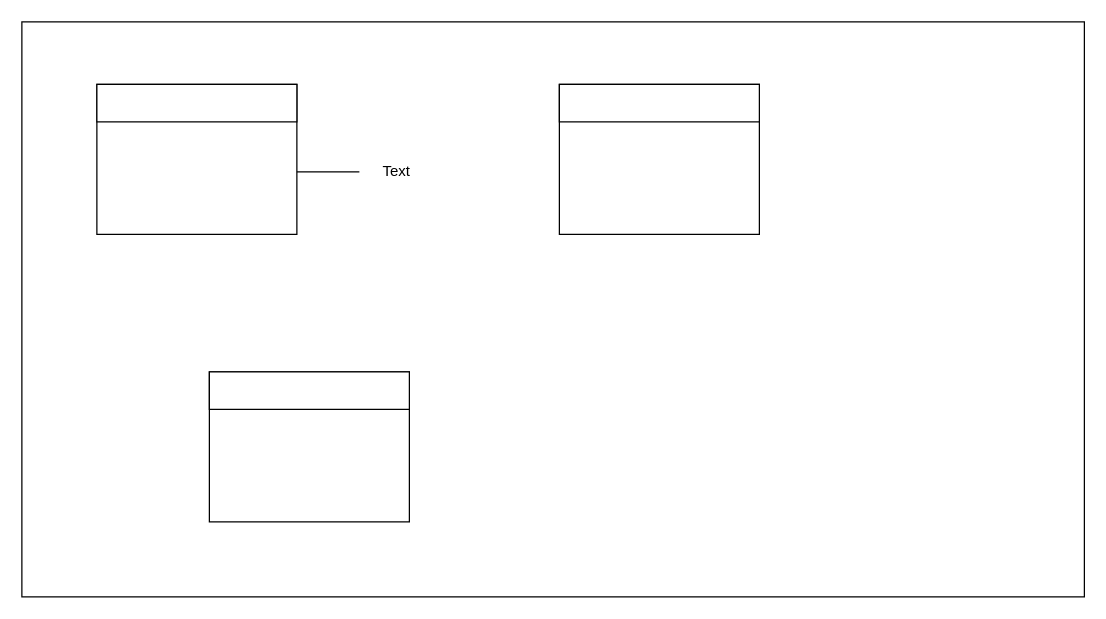
The draw.io diagram diagrams/Untitled Diagram.drawio in tee71639/03_Assessment_TeeAyeQuiz, before the edit. Source tidied: cells renumbered, new cells numbered last; positions are measured from the earlier drawing's top-left corner, leaving out a move shared by most shapes. Both pictures are drawn from the tidied source at 125%, with x=0, y=0 at pixel (21, 21).
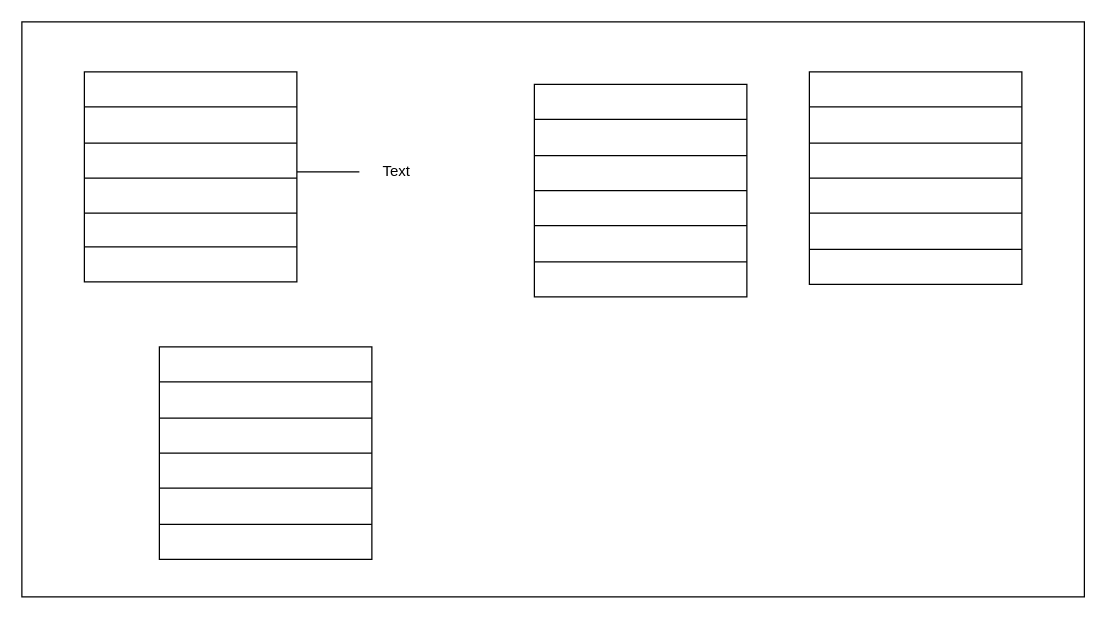
The same diagram, later.

What changed in the source:
```diff
@@
-    <mxCell id="3" style="rounded=0;whiteSpace=wrap;html=1;" parent="1" vertex="1">
-      <mxGeometry x="60" y="50" width="160" height="120" as="geometry" />
-    </mxCell>
-    <mxCell id="4" style="rounded=0;whiteSpace=wrap;html=1;" parent="1" vertex="1">
-      <mxGeometry x="60" y="50" width="160" height="30" as="geometry" />
-    </mxCell>
-    <mxCell id="5" style="rounded=0;whiteSpace=wrap;html=1;" parent="1" vertex="1">
-      <mxGeometry x="430" y="50" width="160" height="120" as="geometry" />
-    </mxCell>
-    <mxCell id="6" style="rounded=0;whiteSpace=wrap;html=1;" parent="1" vertex="1">
-      <mxGeometry x="430" y="50" width="160" height="30" as="geometry" />
-    </mxCell>
-    <mxCell id="7" style="rounded=0;whiteSpace=wrap;html=1;" parent="1" vertex="1">
-      <mxGeometry x="150" y="280" width="160" height="120" as="geometry" />
-    </mxCell>
-    <mxCell id="8" style="rounded=0;whiteSpace=wrap;html=1;" parent="1" vertex="1">
-      <mxGeometry x="150" y="280" width="160" height="30" as="geometry" />
-    </mxCell>
@@
+    <mxCell id="11" style="shape=table;startSize=0;childLayout=tableLayout;" parent="1" vertex="1">
+      <mxGeometry x="50" y="40" width="170" height="168" as="geometry" />
+    </mxCell>
+    <mxCell id="12" style="shape=tableRow;horizontal=0;startSize=0;swimlaneHead=0;swimlaneBody=0;top=0;left=0;bottom=0;right=0;fillColor=none;" parent="11" vertex="1">
+      <mxGeometry width="170" height="28" as="geometry" />
+    </mxCell>
+    <mxCell id="13" style="shape=partialRectangle;html=1;whiteSpace=wrap;overflow=hidden;fillColor=none;top=0;left=0;bottom=0;right=0;" parent="12" vertex="1">
+      <mxGeometry width="170" height="28" as="geometry" />
+    </mxCell>
+    <mxCell id="14" style="shape=tableRow;horizontal=0;startSize=0;swimlaneHead=0;swimlaneBody=0;top=0;left=0;bottom=0;right=0;fillColor=none;" parent="11" vertex="1">
+      <mxGeometry y="28" width="170" height="29" as="geometry" />
+    </mxCell>
+    <mxCell id="15" style="shape=partialRectangle;html=1;whiteSpace=wrap;overflow=hidden;fillColor=none;top=0;left=0;bottom=0;right=0;" parent="14" vertex="1">
+      <mxGeometry width="170" height="29" as="geometry" />
+    </mxCell>
+    <mxCell id="16" style="shape=tableRow;horizontal=0;startSize=0;swimlaneHead=0;swimlaneBody=0;top=0;left=0;bottom=0;right=0;fillColor=none;" parent="11" vertex="1">
+      <mxGeometry y="57" width="170" height="28" as="geometry" />
+    </mxCell>
+    <mxCell id="17" style="shape=partialRectangle;html=1;whiteSpace=wrap;overflow=hidden;fillColor=none;top=0;left=0;bottom=0;right=0;" parent="16" vertex="1">
+      <mxGeometry width="170" height="28" as="geometry" />
+    </mxCell>
+    <mxCell id="18" style="shape=tableRow;horizontal=0;startSize=0;swimlaneHead=0;swimlaneBody=0;top=0;left=0;bottom=0;right=0;fillColor=none;" parent="11" vertex="1">
+      <mxGeometry y="85" width="170" height="28" as="geometry" />
+    </mxCell>
+    <mxCell id="19" style="shape=partialRectangle;html=1;whiteSpace=wrap;overflow=hidden;fillColor=none;top=0;left=0;bottom=0;right=0;" parent="18" vertex="1">
+      <mxGeometry width="170" height="28" as="geometry" />
+    </mxCell>
+    <mxCell id="20" style="shape=tableRow;horizontal=0;startSize=0;swimlaneHead=0;swimlaneBody=0;top=0;left=0;bottom=0;right=0;fillColor=none;" parent="11" vertex="1">
+      <mxGeometry y="113" width="170" height="27" as="geometry" />
+    </mxCell>
+    <mxCell id="21" style="shape=partialRectangle;html=1;whiteSpace=wrap;overflow=hidden;fillColor=none;top=0;left=0;bottom=0;right=0;strokeColor=#FFFFFF;" parent="20" vertex="1">
+      <mxGeometry width="170" height="27" as="geometry" />
+    </mxCell>
+    <mxCell id="22" style="shape=tableRow;horizontal=0;startSize=0;swimlaneHead=0;swimlaneBody=0;top=0;left=0;bottom=0;right=0;fillColor=none;" parent="11" vertex="1">
+      <mxGeometry y="140" width="170" height="28" as="geometry" />
+    </mxCell>
+    <mxCell id="23" style="shape=partialRectangle;html=1;whiteSpace=wrap;overflow=hidden;fillColor=none;top=0;left=0;bottom=0;right=0;" parent="22" vertex="1">
+      <mxGeometry width="170" height="28" as="geometry" />
+    </mxCell>
+    <mxCell id="24" style="shape=table;startSize=0;childLayout=tableLayout;" parent="1" vertex="1">
+      <mxGeometry x="630" y="40" width="170" height="170" as="geometry" />
+    </mxCell>
+    <mxCell id="25" style="shape=tableRow;horizontal=0;startSize=0;swimlaneHead=0;swimlaneBody=0;top=0;left=0;bottom=0;right=0;fillColor=none;" parent="24" vertex="1">
+      <mxGeometry width="170" height="28" as="geometry" />
+    </mxCell>
+    <mxCell id="26" style="shape=partialRectangle;html=1;whiteSpace=wrap;overflow=hidden;fillColor=none;top=0;left=0;bottom=0;right=0;" parent="25" vertex="1">
+      <mxGeometry width="170" height="28" as="geometry" />
+    </mxCell>
+    <mxCell id="27" style="shape=tableRow;horizontal=0;startSize=0;swimlaneHead=0;swimlaneBody=0;top=0;left=0;bottom=0;right=0;fillColor=none;" parent="24" vertex="1">
+      <mxGeometry y="28" width="170" height="29" as="geometry" />
+    </mxCell>
+    <mxCell id="28" style="shape=partialRectangle;html=1;whiteSpace=wrap;overflow=hidden;fillColor=none;top=0;left=0;bottom=0;right=0;" parent="27" vertex="1">
+      <mxGeometry width="170" height="29" as="geometry" />
+    </mxCell>
+    <mxCell id="29" style="shape=tableRow;horizontal=0;startSize=0;swimlaneHead=0;swimlaneBody=0;top=0;left=0;bottom=0;right=0;fillColor=none;" parent="24" vertex="1">
+      <mxGeometry y="57" width="170" height="28" as="geometry" />
+    </mxCell>
+    <mxCell id="30" style="shape=partialRectangle;html=1;whiteSpace=wrap;overflow=hidden;fillColor=none;top=0;left=0;bottom=0;right=0;" parent="29" vertex="1">
+      <mxGeometry width="170" height="28" as="geometry" />
+    </mxCell>
+    <mxCell id="31" style="shape=tableRow;horizontal=0;startSize=0;swimlaneHead=0;swimlaneBody=0;top=0;left=0;bottom=0;right=0;fillColor=none;" parent="24" vertex="1">
+      <mxGeometry y="85" width="170" height="28" as="geometry" />
+    </mxCell>
+    <mxCell id="32" style="shape=partialRectangle;html=1;whiteSpace=wrap;overflow=hidden;fillColor=none;top=0;left=0;bottom=0;right=0;" parent="31" vertex="1">
+      <mxGeometry width="170" height="28" as="geometry" />
+    </mxCell>
+    <mxCell id="33" style="shape=tableRow;horizontal=0;startSize=0;swimlaneHead=0;swimlaneBody=0;top=0;left=0;bottom=0;right=0;fillColor=none;" parent="24" vertex="1">
+      <mxGeometry y="113" width="170" height="29" as="geometry" />
+    </mxCell>
+    <mxCell id="34" style="shape=partialRectangle;html=1;whiteSpace=wrap;overflow=hidden;fillColor=none;top=0;left=0;bottom=0;right=0;" parent="33" vertex="1">
+      <mxGeometry width="170" height="29" as="geometry" />
+    </mxCell>
+    <mxCell id="35" style="shape=tableRow;horizontal=0;startSize=0;swimlaneHead=0;swimlaneBody=0;top=0;left=0;bottom=0;right=0;fillColor=none;" parent="24" vertex="1">
+      <mxGeometry y="142" width="170" height="28" as="geometry" />
+    </mxCell>
+    <mxCell id="36" style="shape=partialRectangle;html=1;whiteSpace=wrap;overflow=hidden;fillColor=none;top=0;left=0;bottom=0;right=0;" parent="35" vertex="1">
+      <mxGeometry width="170" height="28" as="geometry" />
+    </mxCell>
+    <mxCell id="37" style="shape=table;startSize=0;childLayout=tableLayout;" parent="1" vertex="1">
+      <mxGeometry x="410" y="50" width="170" height="170" as="geometry" />
+    </mxCell>
+    <mxCell id="38" style="shape=tableRow;horizontal=0;startSize=0;swimlaneHead=0;swimlaneBody=0;top=0;left=0;bottom=0;right=0;fillColor=none;" parent="37" vertex="1">
+      <mxGeometry width="170" height="28" as="geometry" />
+    </mxCell>
+    <mxCell id="39" style="shape=partialRectangle;html=1;whiteSpace=wrap;overflow=hidden;fillColor=none;top=0;left=0;bottom=0;right=0;" parent="38" vertex="1">
+      <mxGeometry width="170" height="28" as="geometry" />
+    </mxCell>
+    <mxCell id="40" style="shape=tableRow;horizontal=0;startSize=0;swimlaneHead=0;swimlaneBody=0;top=0;left=0;bottom=0;right=0;fillColor=none;" parent="37" vertex="1">
+      <mxGeometry y="28" width="170" height="29" as="geometry" />
+    </mxCell>
+    <mxCell id="41" style="shape=partialRectangle;html=1;whiteSpace=wrap;overflow=hidden;fillColor=none;top=0;left=0;bottom=0;right=0;" parent="40" vertex="1">
+      <mxGeometry width="170" height="29" as="geometry" />
+    </mxCell>
+    <mxCell id="42" style="shape=tableRow;horizontal=0;startSize=0;swimlaneHead=0;swimlaneBody=0;top=0;left=0;bottom=0;right=0;fillColor=none;" parent="37" vertex="1">
+      <mxGeometry y="57" width="170" height="28" as="geometry" />
+    </mxCell>
+    <mxCell id="43" style="shape=partialRectangle;html=1;whiteSpace=wrap;overflow=hidden;fillColor=none;top=0;left=0;bottom=0;right=0;" parent="42" vertex="1">
+      <mxGeometry width="170" height="28" as="geometry" />
+    </mxCell>
+    <mxCell id="44" style="shape=tableRow;horizontal=0;startSize=0;swimlaneHead=0;swimlaneBody=0;top=0;left=0;bottom=0;right=0;fillColor=none;" parent="37" vertex="1">
+      <mxGeometry y="85" width="170" height="28" as="geometry" />
+    </mxCell>
+    <mxCell id="45" style="shape=partialRectangle;html=1;whiteSpace=wrap;overflow=hidden;fillColor=none;top=0;left=0;bottom=0;right=0;" parent="44" vertex="1">
+      <mxGeometry width="170" height="28" as="geometry" />
+    </mxCell>
+    <mxCell id="46" style="shape=tableRow;horizontal=0;startSize=0;swimlaneHead=0;swimlaneBody=0;top=0;left=0;bottom=0;right=0;fillColor=none;" parent="37" vertex="1">
+      <mxGeometry y="113" width="170" height="29" as="geometry" />
+    </mxCell>
+    <mxCell id="47" style="shape=partialRectangle;html=1;whiteSpace=wrap;overflow=hidden;fillColor=none;top=0;left=0;bottom=0;right=0;" parent="46" vertex="1">
+      <mxGeometry width="170" height="29" as="geometry" />
+    </mxCell>
+    <mxCell id="48" style="shape=tableRow;horizontal=0;startSize=0;swimlaneHead=0;swimlaneBody=0;top=0;left=0;bottom=0;right=0;fillColor=none;" parent="37" vertex="1">
+      <mxGeometry y="142" width="170" height="28" as="geometry" />
+    </mxCell>
+    <mxCell id="49" style="shape=partialRectangle;html=1;whiteSpace=wrap;overflow=hidden;fillColor=none;top=0;left=0;bottom=0;right=0;" parent="48" vertex="1">
+      <mxGeometry width="170" height="28" as="geometry" />
+    </mxCell>
+    <mxCell id="50" style="shape=table;startSize=0;childLayout=tableLayout;" parent="1" vertex="1">
+      <mxGeometry x="110" y="260" width="170" height="170" as="geometry" />
+    </mxCell>
+    <mxCell id="51" style="shape=tableRow;horizontal=0;startSize=0;swimlaneHead=0;swimlaneBody=0;top=0;left=0;bottom=0;right=0;fillColor=none;" parent="50" vertex="1">
+      <mxGeometry width="170" height="28" as="geometry" />
+    </mxCell>
+    <mxCell id="52" style="shape=partialRectangle;html=1;whiteSpace=wrap;overflow=hidden;fillColor=none;top=0;left=0;bottom=0;right=0;" parent="51" vertex="1">
+      <mxGeometry width="170" height="28" as="geometry" />
+    </mxCell>
+    <mxCell id="53" style="shape=tableRow;horizontal=0;startSize=0;swimlaneHead=0;swimlaneBody=0;top=0;left=0;bottom=0;right=0;fillColor=none;" parent="50" vertex="1">
+      <mxGeometry y="28" width="170" height="29" as="geometry" />
+    </mxCell>
+    <mxCell id="54" style="shape=partialRectangle;html=1;whiteSpace=wrap;overflow=hidden;fillColor=none;top=0;left=0;bottom=0;right=0;" parent="53" vertex="1">
+      <mxGeometry width="170" height="29" as="geometry" />
+    </mxCell>
+    <mxCell id="55" style="shape=tableRow;horizontal=0;startSize=0;swimlaneHead=0;swimlaneBody=0;top=0;left=0;bottom=0;right=0;fillColor=none;" parent="50" vertex="1">
+      <mxGeometry y="57" width="170" height="28" as="geometry" />
+    </mxCell>
+    <mxCell id="56" style="shape=partialRectangle;html=1;whiteSpace=wrap;overflow=hidden;fillColor=none;top=0;left=0;bottom=0;right=0;" parent="55" vertex="1">
+      <mxGeometry width="170" height="28" as="geometry" />
+    </mxCell>
+    <mxCell id="57" style="shape=tableRow;horizontal=0;startSize=0;swimlaneHead=0;swimlaneBody=0;top=0;left=0;bottom=0;right=0;fillColor=none;" parent="50" vertex="1">
+      <mxGeometry y="85" width="170" height="28" as="geometry" />
+    </mxCell>
+    <mxCell id="58" style="shape=partialRectangle;html=1;whiteSpace=wrap;overflow=hidden;fillColor=none;top=0;left=0;bottom=0;right=0;" parent="57" vertex="1">
+      <mxGeometry width="170" height="28" as="geometry" />
+    </mxCell>
+    <mxCell id="59" style="shape=tableRow;horizontal=0;startSize=0;swimlaneHead=0;swimlaneBody=0;top=0;left=0;bottom=0;right=0;fillColor=none;" parent="50" vertex="1">
+      <mxGeometry y="113" width="170" height="29" as="geometry" />
+    </mxCell>
+    <mxCell id="60" style="shape=partialRectangle;html=1;whiteSpace=wrap;overflow=hidden;fillColor=none;top=0;left=0;bottom=0;right=0;" parent="59" vertex="1">
+      <mxGeometry width="170" height="29" as="geometry" />
+    </mxCell>
+    <mxCell id="61" style="shape=tableRow;horizontal=0;startSize=0;swimlaneHead=0;swimlaneBody=0;top=0;left=0;bottom=0;right=0;fillColor=none;" parent="50" vertex="1">
+      <mxGeometry y="142" width="170" height="28" as="geometry" />
+    </mxCell>
+    <mxCell id="62" style="shape=partialRectangle;html=1;whiteSpace=wrap;overflow=hidden;fillColor=none;top=0;left=0;bottom=0;right=0;" parent="61" vertex="1">
+      <mxGeometry width="170" height="28" as="geometry" />
+    </mxCell>
```
